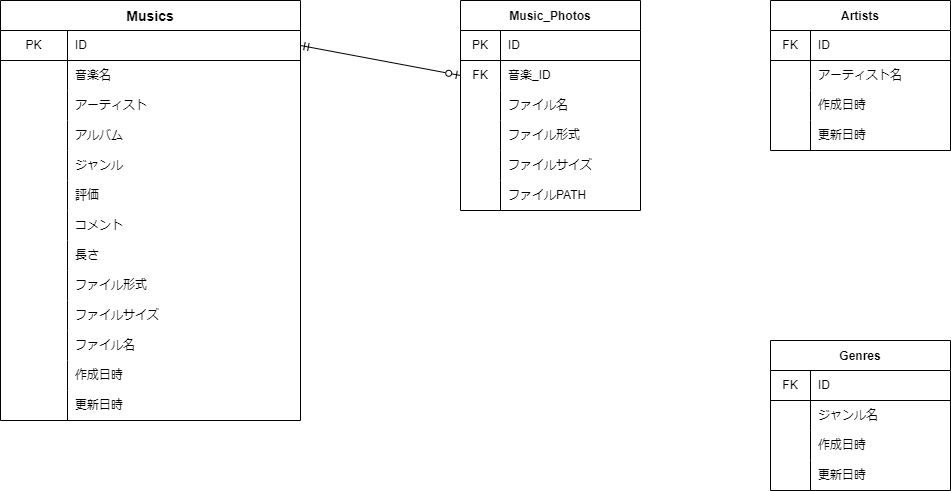
Before: er.drawio.png, a diagram exported from draw.io (monomonosu/SoundHornet-React). Source tidied: cells renumbered, new cells last; positions are measured from the earlier drawing's top-left corner, leaving out a move shared by most shapes.
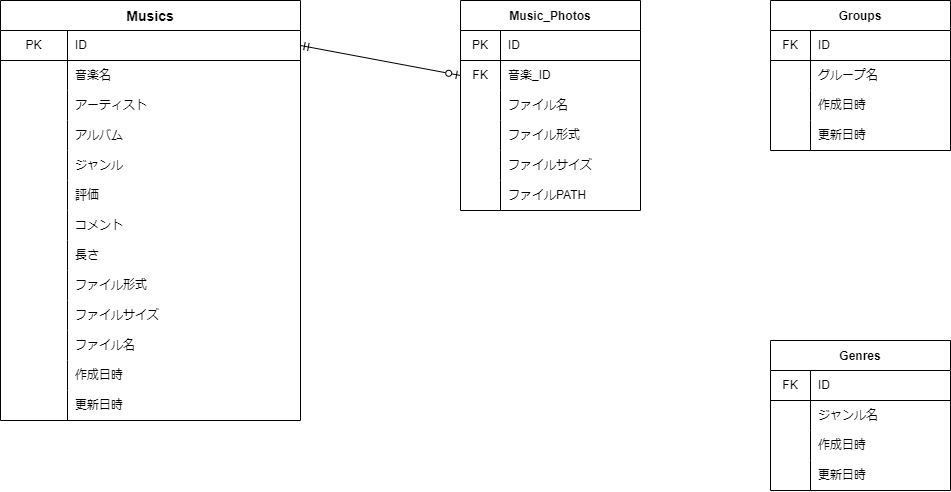
Later version of the same file.

The edit, as a diff of the source:
```diff
@@ -122,7 +122,7 @@
     <mxCell id="41" value="更新日時" style="shape=partialRectangle;html=1;whiteSpace=wrap;fillColor=none;top=0;left=0;bottom=0;right=0;align=left;spacingLeft=6;overflow=hidden;" parent="39" vertex="1">
       <mxGeometry x="67" width="233" height="30" as="geometry" />
     </mxCell>
-    <mxCell id="42" value="Artists" style="shape=table;startSize=30;rowLines=0;fontStyle=1;align=center;" parent="1" vertex="1">
+    <mxCell id="42" value="Groups" style="shape=table;startSize=30;rowLines=0;fontStyle=1;align=center;" parent="1" vertex="1">
       <mxGeometry x="770" width="180" height="150" as="geometry" />
     </mxCell>
     <mxCell id="43" style="shape=partialRectangle;html=1;whiteSpace=wrap;fillColor=none;top=0;left=0;bottom=1;right=0;" parent="42" vertex="1">
@@ -140,7 +140,7 @@
     <mxCell id="47" style="shape=partialRectangle;html=1;whiteSpace=wrap;fillColor=none;top=0;left=0;bottom=0;right=0;overflow=hidden;" parent="46" vertex="1">
       <mxGeometry width="40" height="30" as="geometry" />
     </mxCell>
-    <mxCell id="48" value="アーティスト名" style="shape=partialRectangle;html=1;whiteSpace=wrap;fillColor=none;top=0;left=0;bottom=0;right=0;align=left;spacingLeft=6;overflow=hidden;" parent="46" vertex="1">
+    <mxCell id="48" value="グループ名" style="shape=partialRectangle;html=1;whiteSpace=wrap;fillColor=none;top=0;left=0;bottom=0;right=0;align=left;spacingLeft=6;overflow=hidden;" parent="46" vertex="1">
       <mxGeometry x="40" width="140" height="30" as="geometry" />
     </mxCell>
     <mxCell id="49" style="shape=partialRectangle;html=1;whiteSpace=wrap;fillColor=none;top=0;left=0;bottom=0;right=0;" parent="42" vertex="1">
```
